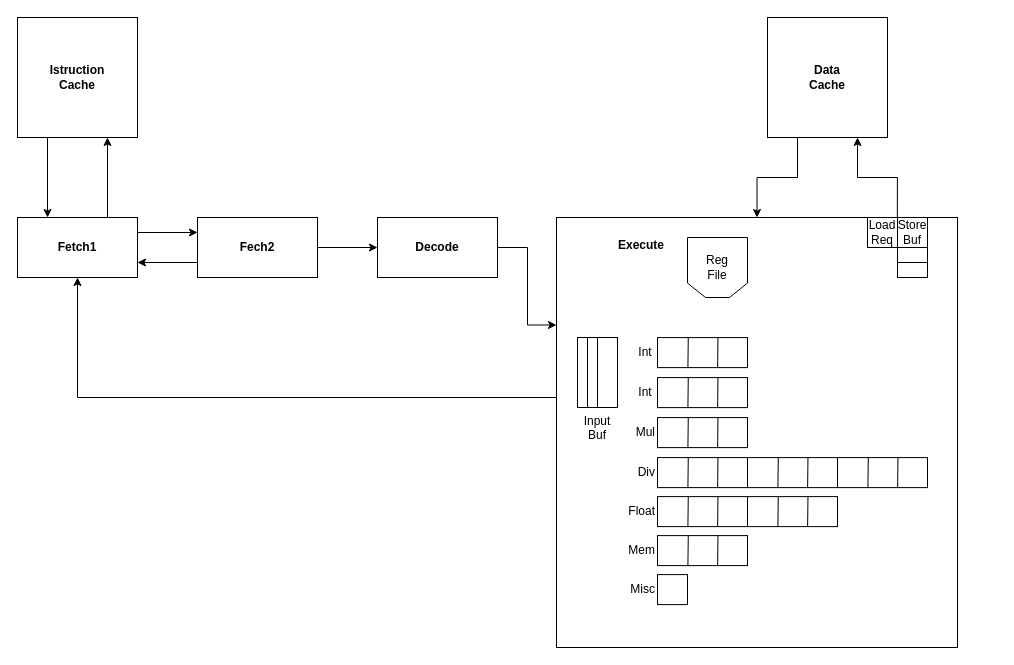
Earlier version of the draw.io diagram Diagrammi/MinorArm.drawio (The90Frank/MinorArmAnalyzer). Source tidied: cells renumbered, new cells numbered last; positions are measured from the earlier drawing's top-left corner, leaving out a move shared by most shapes. Both pictures are drawn from the tidied source at 100%, with x=0, y=0 at pixel (17, 17).
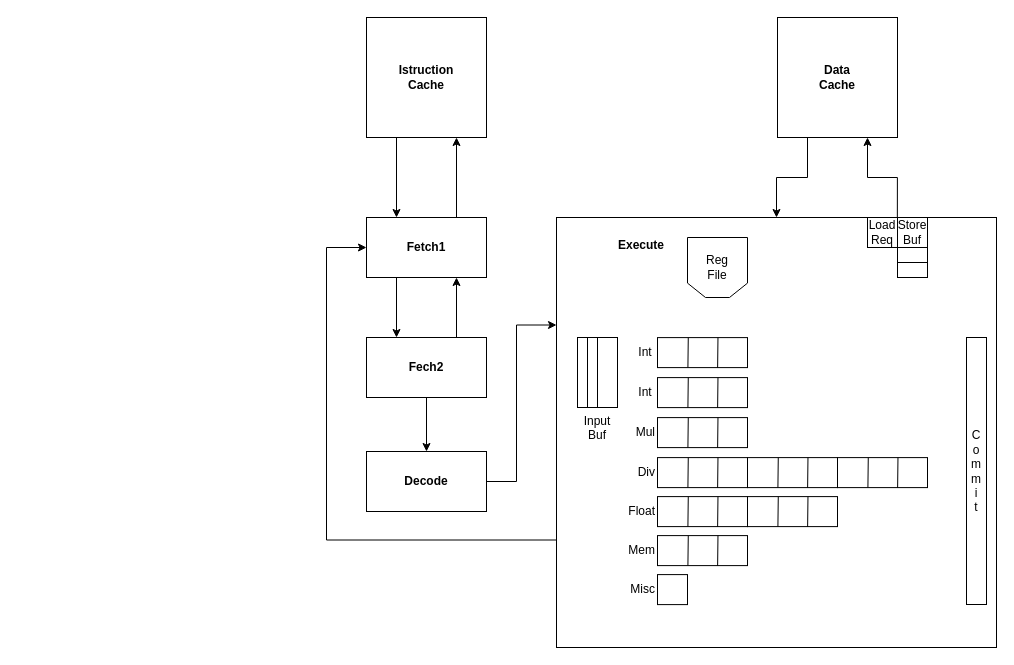
The same diagram, later.

The edit, as a diff of the source:
```diff
@@
     <mxCell id="3" value="Istruction&lt;br&gt;Cache" style="rounded=0;whiteSpace=wrap;html=1;fontStyle=1;" parent="1" vertex="1">
-      <mxGeometry width="120" height="120" as="geometry" />
+      <mxGeometry x="349" width="120" height="120" as="geometry" />
     </mxCell>
@@
-    <mxCell id="5" style="edgeStyle=orthogonalEdgeStyle;rounded=0;jettySize=auto;html=1;exitX=1;exitY=0.25;exitDx=0;exitDy=0;entryX=0;entryY=0.25;entryDx=0;entryDy=0;fontStyle=1;" parent="1" edge="1" source="6" target="9">
+    <mxCell id="5" style="edgeStyle=orthogonalEdgeStyle;rounded=0;jettySize=auto;html=1;exitX=0.25;exitY=1;exitDx=0;exitDy=0;entryX=0.25;entryY=0;entryDx=0;entryDy=0;fontStyle=1;" parent="1" edge="1" source="6" target="9">
       <mxGeometry relative="1" as="geometry" />
     </mxCell>
     <mxCell id="6" value="Fetch1" style="rounded=0;whiteSpace=wrap;html=1;fontStyle=1;" parent="1" vertex="1">
-      <mxGeometry y="200" width="120" height="60" as="geometry" />
+      <mxGeometry x="349" y="200" width="120" height="60" as="geometry" />
     </mxCell>
-    <mxCell id="7" style="edgeStyle=orthogonalEdgeStyle;rounded=0;jettySize=auto;html=1;exitX=0;exitY=0.75;exitDx=0;exitDy=0;entryX=1;entryY=0.75;entryDx=0;entryDy=0;fontStyle=1;" parent="1" edge="1" source="9" target="6">
+    <mxCell id="7" style="edgeStyle=orthogonalEdgeStyle;rounded=0;jettySize=auto;html=1;exitX=0.75;exitY=0;exitDx=0;exitDy=0;fontStyle=1;entryX=0.75;entryY=1;entryDx=0;entryDy=0;" parent="1" edge="1" source="9" target="6">
       <mxGeometry relative="1" as="geometry" />
     </mxCell>
-    <mxCell id="8" style="edgeStyle=orthogonalEdgeStyle;rounded=0;jettySize=auto;html=1;exitX=1;exitY=0.5;exitDx=0;exitDy=0;entryX=0;entryY=0.5;entryDx=0;entryDy=0;fontStyle=1;" parent="1" edge="1" source="9" target="11">
+    <mxCell id="8" style="edgeStyle=orthogonalEdgeStyle;rounded=0;jettySize=auto;html=1;exitX=0.5;exitY=1;exitDx=0;exitDy=0;entryX=0.5;entryY=0;entryDx=0;entryDy=0;fontStyle=1;" parent="1" edge="1" source="9" target="11">
       <mxGeometry relative="1" as="geometry" />
     </mxCell>
     <mxCell id="9" value="Fech2" style="rounded=0;whiteSpace=wrap;html=1;fontStyle=1;" parent="1" vertex="1">
-      <mxGeometry x="180" y="200" width="120" height="60" as="geometry" />
+      <mxGeometry x="349" y="320" width="120" height="60" as="geometry" />
     </mxCell>
     <mxCell id="10" style="edgeStyle=orthogonalEdgeStyle;rounded=0;jettySize=auto;html=1;exitX=1;exitY=0.5;exitDx=0;exitDy=0;entryX=0;entryY=0.25;entryDx=0;entryDy=0;" parent="1" edge="1" source="11" target="14">
       <mxGeometry relative="1" as="geometry">
         <Array as="points">
-          <mxPoint x="510" y="230" />
-          <mxPoint x="510" y="308" />
+          <mxPoint x="499" y="464" />
+          <mxPoint x="499" y="307" />
         </Array>
       </mxGeometry>
     </mxCell>
     <mxCell id="11" value="&lt;span&gt;Decode&lt;/span&gt;" style="rounded=0;whiteSpace=wrap;html=1;fontStyle=1;" parent="1" vertex="1">
-      <mxGeometry x="360" y="200" width="120" height="60" as="geometry" />
+      <mxGeometry x="349" y="434" width="120" height="60" as="geometry" />
     </mxCell>
@@
-    <mxCell id="13" style="edgeStyle=orthogonalEdgeStyle;rounded=0;jettySize=auto;html=1;entryX=0.5;entryY=1;entryDx=0;entryDy=0;exitX=0;exitY=0.5;exitDx=0;exitDy=0;" parent="1" edge="1" source="14" target="6">
+    <mxCell id="13" style="edgeStyle=orthogonalEdgeStyle;rounded=0;jettySize=auto;html=1;entryX=0;entryY=0.5;entryDx=0;entryDy=0;exitX=0;exitY=0.75;exitDx=0;exitDy=0;" parent="1" edge="1" source="14" target="6">
       <mxGeometry relative="1" as="geometry">
         <Array as="points">
-          <mxPoint x="60" y="380" />
+          <mxPoint x="309" y="523" />
+          <mxPoint x="309" y="230" />
         </Array>
       </mxGeometry>
     </mxCell>
     <mxCell id="14" value="&amp;nbsp; &amp;nbsp; &amp;nbsp; &amp;nbsp; &amp;nbsp; &lt;br&gt;&amp;nbsp; &amp;nbsp; &amp;nbsp; &amp;nbsp; &amp;nbsp; &amp;nbsp; &amp;nbsp; &amp;nbsp; &amp;nbsp; &lt;b&gt;Execute&lt;/b&gt;" style="rounded=0;whiteSpace=wrap;html=1;verticalAlign=top;labelPosition=center;verticalLabelPosition=middle;align=left;" parent="1" vertex="1">
-      <mxGeometry x="539" y="200" width="401" height="430" as="geometry" />
+      <mxGeometry x="539" y="200" width="440" height="430" as="geometry" />
     </mxCell>
@@
     <mxCell id="16" value="Data&lt;br&gt;Cache" style="rounded=0;whiteSpace=wrap;html=1;fontStyle=1;" parent="1" vertex="1">
-      <mxGeometry x="750" width="120" height="120" as="geometry" />
+      <mxGeometry x="760" width="120" height="120" as="geometry" />
     </mxCell>
@@
+    <mxCell id="55" value="C&lt;br&gt;o&lt;br&gt;m&lt;br&gt;m&lt;br&gt;i&lt;br&gt;t" style="rounded=0;whiteSpace=wrap;html=1;align=center;" parent="1" vertex="1">
+      <mxGeometry x="949" y="320" width="20" height="267" as="geometry" />
+    </mxCell>
```
